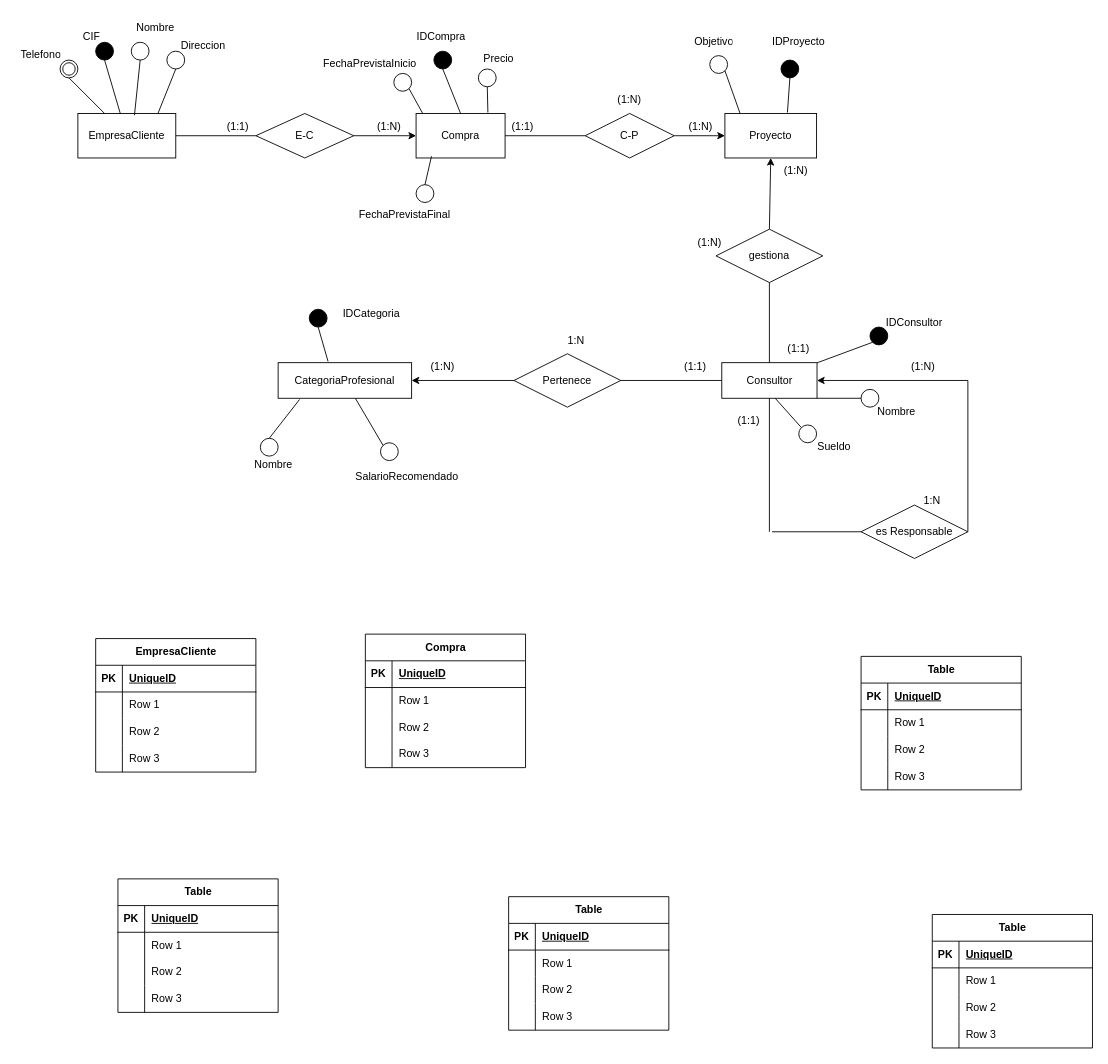
This is EJERCICIO2.drawio from Jose-An608/BASE_DATOS_1, a draw.io file, before an edit. Source tidied: cells renumbered, new cells numbered last; positions are measured from the earlier drawing's top-left corner, leaving out a move shared by most shapes. Both pictures are drawn from the tidied source at 89%, with x=0, y=0 at pixel (15, 15).
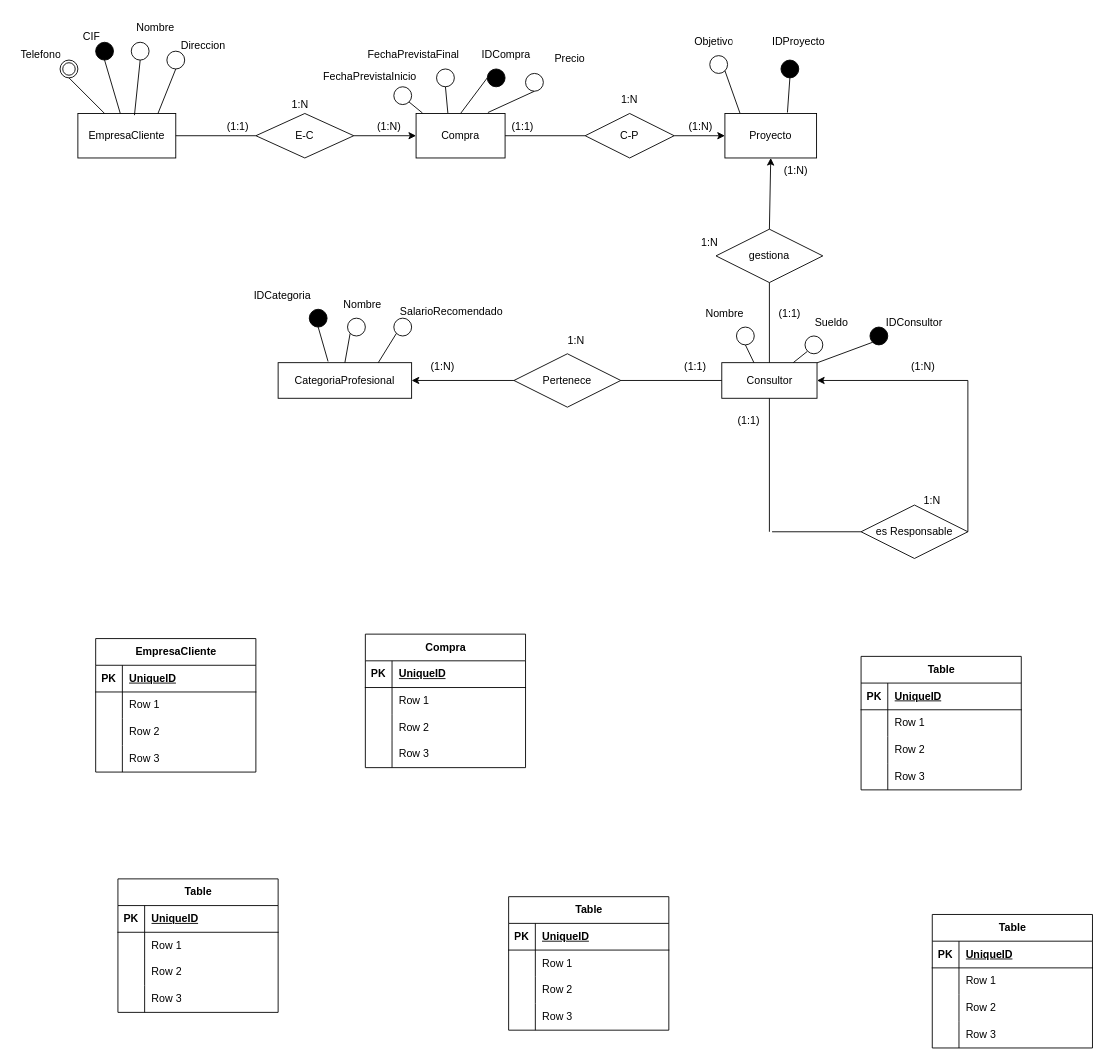
The same diagram, later.

The change refers to these unchanged cells:
```xml
<mxCell id="3" value="Consultor" style="whiteSpace=wrap;html=1;align=center;" parent="1" vertex="1">
  <mxGeometry x="793.5" y="390" width="107" height="40" as="geometry" />
</mxCell>
<mxCell id="4" value="CategoriaProfesional" style="whiteSpace=wrap;html=1;align=center;" parent="1" vertex="1">
  <mxGeometry x="295" y="390" width="150" height="40" as="geometry" />
</mxCell>
<mxCell id="6" value="Compra" style="whiteSpace=wrap;html=1;align=center;" parent="1" vertex="1">
  <mxGeometry x="450" y="110" width="100" height="50" as="geometry" />
</mxCell>
```

Diff of the diagram source:
```diff
@@
     <mxCell id="11" value="(1:1)" style="text;html=1;whiteSpace=wrap;strokeColor=none;fillColor=none;align=center;verticalAlign=middle;rounded=0;" parent="1" vertex="1">
-      <mxGeometry x="850" y="360" width="60" height="30" as="geometry" />
+      <mxGeometry x="840" y="320" width="60" height="30" as="geometry" />
     </mxCell>
-    <mxCell id="12" value="(1:N)" style="text;html=1;whiteSpace=wrap;strokeColor=none;fillColor=none;align=center;verticalAlign=middle;rounded=0;" parent="1" vertex="1">
+    <mxCell id="12" value="1:N" style="text;html=1;whiteSpace=wrap;strokeColor=none;fillColor=none;align=center;verticalAlign=middle;rounded=0;" parent="1" vertex="1">
       <mxGeometry x="750" y="240" width="60" height="30" as="geometry" />
     </mxCell>
@@
-    <mxCell id="18" value="(1:N)" style="text;html=1;whiteSpace=wrap;strokeColor=none;fillColor=none;align=center;verticalAlign=middle;rounded=0;" parent="1" vertex="1">
+    <mxCell id="18" value="1:N" style="text;html=1;whiteSpace=wrap;strokeColor=none;fillColor=none;align=center;verticalAlign=middle;rounded=0;" parent="1" vertex="1">
       <mxGeometry x="660" y="80" width="60" height="30" as="geometry" />
     </mxCell>
@@
     <mxCell id="37" style="ellipse;whiteSpace=wrap;html=1;align=center;" parent="1" vertex="1">
-      <mxGeometry x="520" y="60" width="20" height="20" as="geometry" />
+      <mxGeometry x="573" y="65" width="20" height="20" as="geometry" />
     </mxCell>
     <mxCell id="38" value="Precio" style="text;strokeColor=none;fillColor=none;spacingLeft=4;spacingRight=4;overflow=hidden;fontSize=12;whiteSpace=wrap;html=1;" parent="1" vertex="1">
-      <mxGeometry x="520" y="35" width="60" height="30" as="geometry" />
+      <mxGeometry x="600" y="35" width="60" height="30" as="geometry" />
     </mxCell>
@@
-    <mxCell id="40" style="ellipse;whiteSpace=wrap;html=1;align=center;fillColor=#000000;" parent="1" vertex="1">
-      <mxGeometry x="470" y="40" width="20" height="20" as="geometry" />
+    <mxCell id="40" style="ellipse;whiteSpace=wrap;html=1;align=center;fillColor=#000000;direction=south;" parent="1" vertex="1">
+      <mxGeometry x="530" y="60" width="20" height="20" as="geometry" />
     </mxCell>
     <mxCell id="41" value="IDCompra" style="text;strokeColor=none;fillColor=none;spacingLeft=4;spacingRight=4;overflow=hidden;fontSize=12;whiteSpace=wrap;html=1;" parent="1" vertex="1">
-      <mxGeometry x="445" y="10" width="75" height="30" as="geometry" />
+      <mxGeometry x="518" y="30" width="75" height="30" as="geometry" />
     </mxCell>
@@
     <mxCell id="43" style="ellipse;whiteSpace=wrap;html=1;align=center;" parent="1" vertex="1">
-      <mxGeometry x="425" y="65" width="20" height="20" as="geometry" />
+      <mxGeometry x="425" y="80" width="20" height="20" as="geometry" />
     </mxCell>
     <mxCell id="44" value="FechaPrevistaInicio" style="text;strokeColor=none;fillColor=none;spacingLeft=4;spacingRight=4;overflow=hidden;fontSize=12;whiteSpace=wrap;html=1;" parent="1" vertex="1">
-      <mxGeometry x="340" y="40" width="120" height="30" as="geometry" />
+      <mxGeometry x="340" y="55" width="120" height="30" as="geometry" />
     </mxCell>
-    <mxCell id="45" style="endArrow=none;html=1;rounded=0;exitX=0.173;exitY=0.962;exitDx=0;exitDy=0;exitPerimeter=0;entryX=0.5;entryY=0;entryDx=0;entryDy=0;" parent="1" edge="1" source="6" target="47">
-      <mxGeometry relative="1" as="geometry" />
-    </mxCell>
     <mxCell id="46" value="FechaPrevistaFinal" style="text;strokeColor=none;fillColor=none;spacingLeft=4;spacingRight=4;overflow=hidden;fontSize=12;whiteSpace=wrap;html=1;" parent="1" vertex="1">
-      <mxGeometry x="380" y="210" width="120" height="30" as="geometry" />
+      <mxGeometry x="390" y="30" width="120" height="30" as="geometry" />
     </mxCell>
     <mxCell id="47" style="ellipse;whiteSpace=wrap;html=1;align=center;" parent="1" vertex="1">
-      <mxGeometry x="450" y="190" width="20" height="20" as="geometry" />
+      <mxGeometry x="473" y="60" width="20" height="20" as="geometry" />
     </mxCell>
@@
-    <mxCell id="50" style="endArrow=none;html=1;rounded=0;exitX=1;exitY=1;exitDx=0;exitDy=0;entryX=0;entryY=0.5;entryDx=0;entryDy=0;" parent="1" edge="1" source="3" target="55">
-      <mxGeometry relative="1" as="geometry" />
-    </mxCell>
@@
-    <mxCell id="55" style="ellipse;whiteSpace=wrap;html=1;align=center;" parent="1" vertex="1">
-      <mxGeometry x="950" y="420" width="20" height="20" as="geometry" />
-    </mxCell>
     <mxCell id="56" value="Nombre" style="text;html=1;whiteSpace=wrap;strokeColor=none;fillColor=none;align=center;verticalAlign=middle;rounded=0;" parent="1" vertex="1">
-      <mxGeometry x="960" y="430" width="60" height="30" as="geometry" />
+      <mxGeometry x="767" y="320" width="60" height="30" as="geometry" />
     </mxCell>
@@
-    <mxCell id="60" style="endArrow=none;html=1;rounded=0;exitX=0.562;exitY=1.003;exitDx=0;exitDy=0;exitPerimeter=0;entryX=0;entryY=0;entryDx=0;entryDy=0;" parent="1" edge="1" source="3" target="61">
-      <mxGeometry relative="1" as="geometry" />
-    </mxCell>
-    <mxCell id="61" style="ellipse;whiteSpace=wrap;html=1;align=center;" parent="1" vertex="1">
-      <mxGeometry x="880" y="460" width="20" height="20" as="geometry" />
-    </mxCell>
     <mxCell id="62" value="Sueldo" style="text;html=1;whiteSpace=wrap;strokeColor=none;fillColor=none;align=center;verticalAlign=middle;rounded=0;" parent="1" vertex="1">
-      <mxGeometry x="890" y="470" width="60" height="30" as="geometry" />
+      <mxGeometry x="887" y="330" width="60" height="30" as="geometry" />
     </mxCell>
@@
     <mxCell id="77" style="ellipse;whiteSpace=wrap;html=1;align=center;" parent="1" vertex="1">
-      <mxGeometry x="410" y="480" width="20" height="20" as="geometry" />
+      <mxGeometry x="425" y="340" width="20" height="20" as="geometry" />
     </mxCell>
-    <mxCell id="78" style="endArrow=none;html=1;rounded=0;entryX=0;entryY=0;entryDx=0;entryDy=0;" parent="1" edge="1" source="4" target="77">
-      <mxGeometry relative="1" as="geometry" />
-    </mxCell>
     <mxCell id="79" value="SalarioRecomendado&lt;div&gt;&lt;br&gt;&lt;/div&gt;" style="text;html=1;whiteSpace=wrap;strokeColor=none;fillColor=none;align=center;verticalAlign=middle;rounded=0;" parent="1" vertex="1">
-      <mxGeometry x="410" y="510" width="60" height="30" as="geometry" />
+      <mxGeometry x="460" y="325" width="60" height="30" as="geometry" />
     </mxCell>
     <mxCell id="80" value="Nombre" style="text;html=1;whiteSpace=wrap;strokeColor=none;fillColor=none;align=center;verticalAlign=middle;rounded=0;" parent="1" vertex="1">
-      <mxGeometry x="260" y="490" width="60" height="30" as="geometry" />
+      <mxGeometry x="360" y="310" width="60" height="30" as="geometry" />
     </mxCell>
-    <mxCell id="81" style="endArrow=none;html=1;rounded=0;exitX=0.5;exitY=0;exitDx=0;exitDy=0;entryX=0.161;entryY=1.032;entryDx=0;entryDy=0;entryPerimeter=0;" parent="1" edge="1" source="82" target="4">
-      <mxGeometry relative="1" as="geometry" />
-    </mxCell>
-    <mxCell id="82" style="ellipse;whiteSpace=wrap;html=1;align=center;" parent="1" vertex="1">
-      <mxGeometry x="275" y="475" width="20" height="20" as="geometry" />
-    </mxCell>
@@
     <mxCell id="85" value="IDCategoria" style="text;html=1;whiteSpace=wrap;strokeColor=none;fillColor=none;align=center;verticalAlign=middle;rounded=0;" parent="1" vertex="1">
-      <mxGeometry x="350" y="320" width="100" height="30" as="geometry" />
+      <mxGeometry x="250" y="300" width="100" height="30" as="geometry" />
     </mxCell>
@@
+    <mxCell id="164" style="endArrow=none;html=1;rounded=0;entryX=0.338;entryY=0.002;entryDx=0;entryDy=0;entryPerimeter=0;exitX=0.5;exitY=1;exitDx=0;exitDy=0;" parent="1" edge="1" source="165" target="3">
+      <mxGeometry relative="1" as="geometry" />
+    </mxCell>
+    <mxCell id="165" style="ellipse;whiteSpace=wrap;html=1;align=center;" parent="1" vertex="1">
+      <mxGeometry x="810" y="350" width="20" height="20" as="geometry" />
+    </mxCell>
+    <mxCell id="166" style="endArrow=none;html=1;rounded=0;exitX=0.75;exitY=0;exitDx=0;exitDy=0;entryX=0;entryY=1;entryDx=0;entryDy=0;" parent="1" edge="1" source="3" target="167">
+      <mxGeometry relative="1" as="geometry" />
+    </mxCell>
+    <mxCell id="167" style="ellipse;whiteSpace=wrap;html=1;align=center;" parent="1" vertex="1">
+      <mxGeometry x="887" y="360" width="20" height="20" as="geometry" />
+    </mxCell>
+    <mxCell id="168" style="ellipse;whiteSpace=wrap;html=1;align=center;" parent="1" vertex="1">
+      <mxGeometry x="373" y="340" width="20" height="20" as="geometry" />
+    </mxCell>
+    <mxCell id="169" style="endArrow=none;html=1;rounded=0;exitX=0.5;exitY=0;exitDx=0;exitDy=0;entryX=0;entryY=1;entryDx=0;entryDy=0;" parent="1" edge="1" source="4" target="168">
+      <mxGeometry relative="1" as="geometry" />
+    </mxCell>
+    <mxCell id="78" style="endArrow=none;html=1;rounded=0;exitX=0.75;exitY=0;exitDx=0;exitDy=0;entryX=0;entryY=1;entryDx=0;entryDy=0;" parent="1" edge="1" source="4" target="77">
+      <mxGeometry relative="1" as="geometry" />
+    </mxCell>
+    <mxCell id="170" style="endArrow=none;html=1;rounded=0;exitX=0.5;exitY=1;exitDx=0;exitDy=0;entryX=0.357;entryY=-0.011;entryDx=0;entryDy=0;entryPerimeter=0;" parent="1" edge="1" source="47" target="6">
+      <mxGeometry relative="1" as="geometry" />
+    </mxCell>
+    <mxCell id="171" value="1:N" style="text;html=1;whiteSpace=wrap;strokeColor=none;fillColor=none;align=center;verticalAlign=middle;rounded=0;" parent="1" vertex="1">
+      <mxGeometry x="290" y="85" width="60" height="30" as="geometry" />
+    </mxCell>
```
